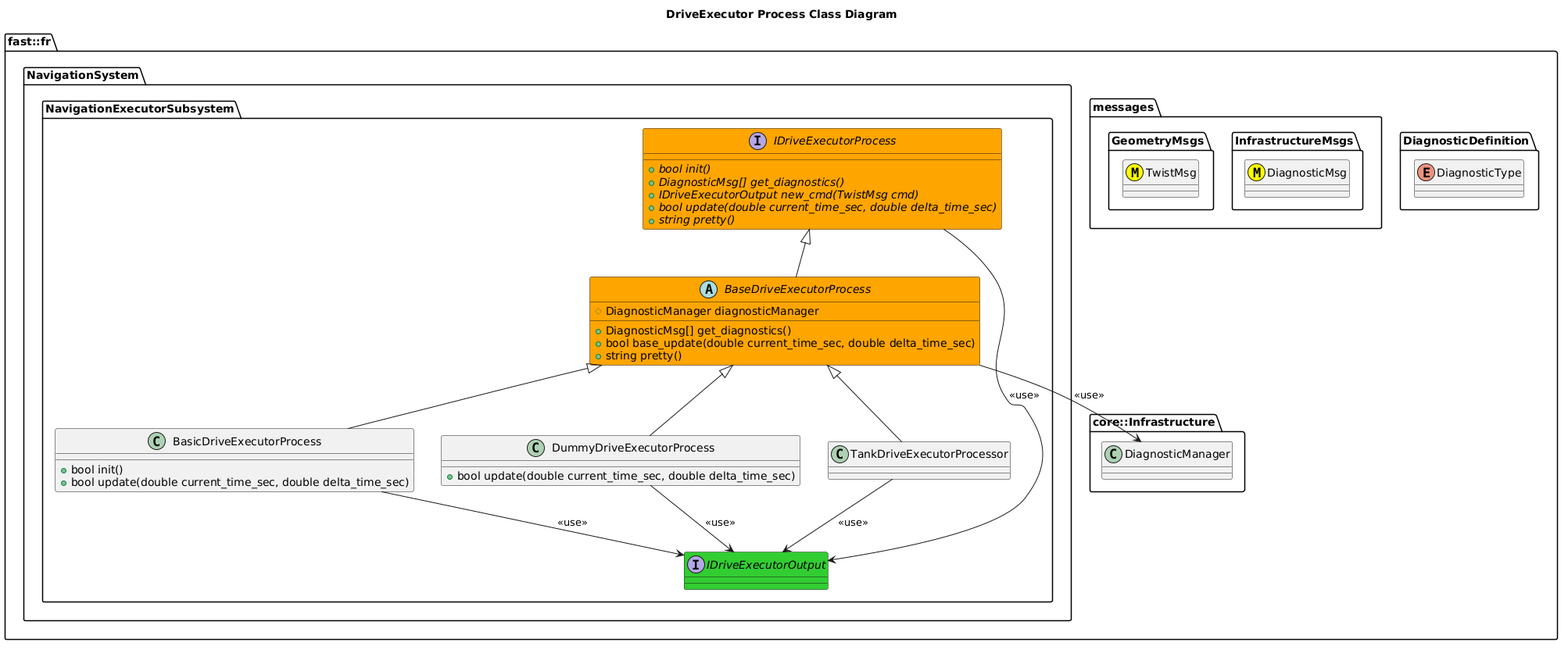
This is Systems/Navigation/Subsystems/NavigationExecutor/Processes/DriveExecutor/doc/puml/DriveExecutorProcessClassDiagram.png from fastrobotics/robot_framework, a PlantUML export, as it was before one commit.
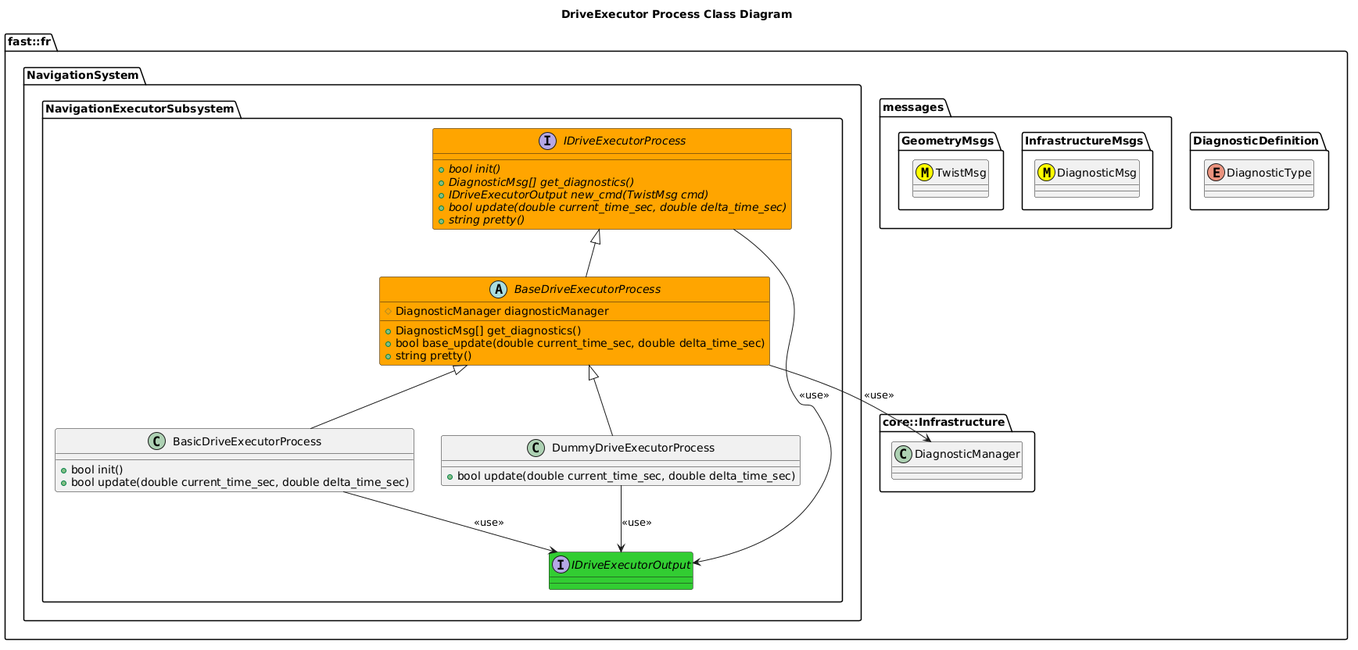
After the commit.

The edit, as a diff of the source:
```diff
@@ -50,9 +50,6 @@
         }
         DummyDriveExecutorProcess -up-|> BaseDriveExecutorProcess
         DummyDriveExecutorProcess --> IDriveExecutorOutput: <<use>>
-        class TankDriveExecutorProcessor
-        TankDriveExecutorProcessor -up-|> BaseDriveExecutorProcess
-        TankDriveExecutorProcessor --> IDriveExecutorOutput: <<use>>
     }
   }
 }
```
